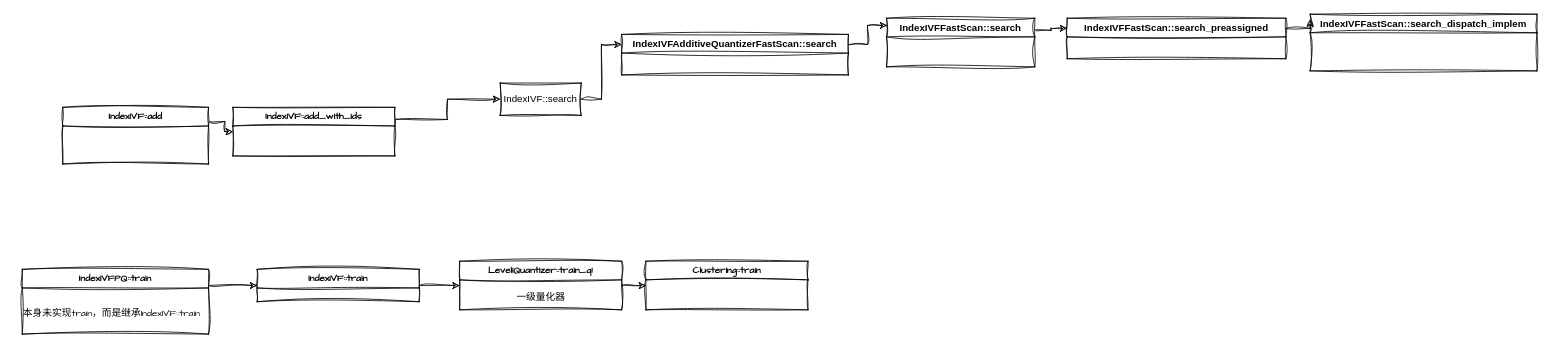
Above: faiss.drawio in beijingqiuchang/drawio (draw.io), before the change. Source tidied: cells renumbered, new cells numbered last; positions are measured from the earlier drawing's top-left corner, leaving out a move shared by most shapes. Both pictures are drawn from the tidied source at 81%, with x=0, y=0 at pixel (14, 14).
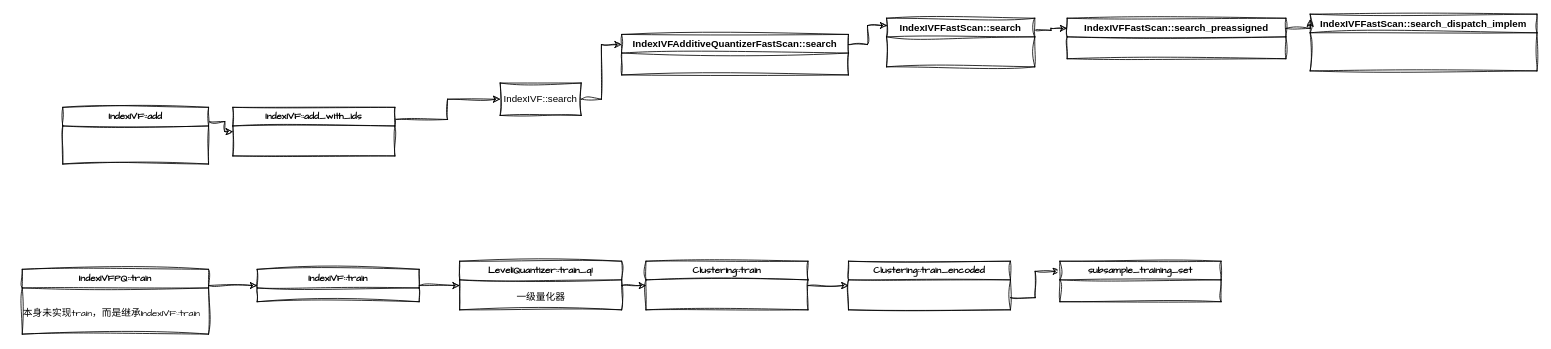
Above is the later version.

Unchanged cells that the change refers to:
```xml
<mxCell id="23" value="Clustering::train" style="swimlane;whiteSpace=wrap;html=1;sketch=1;hachureGap=4;jiggle=2;curveFitting=1;fontFamily=Architects Daughter;" parent="1" vertex="1">
  <mxGeometry x="780" y="305" width="200" height="60" as="geometry" />
</mxCell>
```

What changed in the source:
```diff
@@
+    <mxCell id="24" style="edgeStyle=orthogonalEdgeStyle;rounded=0;sketch=1;hachureGap=4;jiggle=2;curveFitting=1;jettySize=auto;html=1;exitX=1;exitY=0.5;exitDx=0;exitDy=0;entryX=0;entryY=0.5;entryDx=0;entryDy=0;fontFamily=Architects Daughter;" parent="1" edge="1" source="23" target="26">
+      <mxGeometry relative="1" as="geometry" />
+    </mxCell>
@@
+    <mxCell id="25" style="edgeStyle=orthogonalEdgeStyle;rounded=0;sketch=1;hachureGap=4;jiggle=2;curveFitting=1;jettySize=auto;html=1;exitX=1;exitY=0.75;exitDx=0;exitDy=0;entryX=0;entryY=0.25;entryDx=0;entryDy=0;fontFamily=Architects Daughter;" parent="1" edge="1" source="26" target="27">
+      <mxGeometry relative="1" as="geometry" />
+    </mxCell>
+    <mxCell id="26" value="Clustering::train_encoded" style="swimlane;whiteSpace=wrap;html=1;sketch=1;hachureGap=4;jiggle=2;curveFitting=1;fontFamily=Architects Daughter;" parent="1" vertex="1">
+      <mxGeometry x="1030" y="305" width="200" height="60" as="geometry" />
+    </mxCell>
+    <mxCell id="27" value="subsample_training_set" style="swimlane;whiteSpace=wrap;html=1;sketch=1;hachureGap=4;jiggle=2;curveFitting=1;fontFamily=Architects Daughter;" parent="1" vertex="1">
+      <mxGeometry x="1291" y="305" width="199" height="50" as="geometry" />
+    </mxCell>
```
